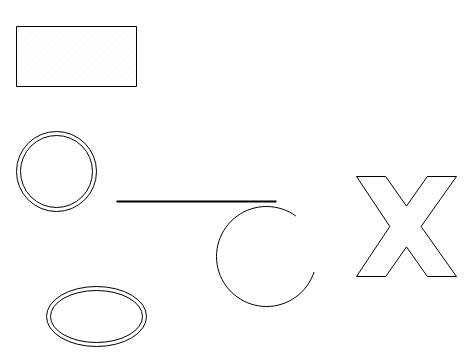
This is src/SnakeLadder/Untitled.drawio from remanx2558/LearningJavaBasics, a draw.io file, before an edit. Source tidied: cells renumbered, new cells numbered last; positions are measured from the earlier drawing's top-left corner, leaving out a move shared by most shapes. Both pictures are drawn from the tidied source at 100%, with x=0, y=0 at pixel (16, 26).
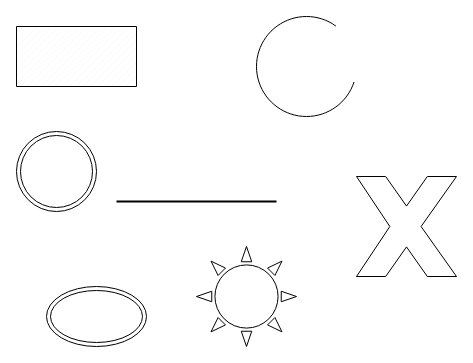
The same page after the edit.

What changed in the source:
```diff
@@
 <mxGraphModel>
   <root>
     <mxCell id="0" />
     <mxCell id="1" parent="0" />
     <mxCell id="2" style="ellipse;shape=doubleEllipse;whiteSpace=wrap;html=1;" parent="1" vertex="1">
       <mxGeometry x="30" y="260" width="100" height="60" as="geometry" />
     </mxCell>
     <mxCell id="3" style="line;strokeWidth=2;html=1;" parent="1" vertex="1">
       <mxGeometry x="100" y="170" width="160" height="10" as="geometry" />
     </mxCell>
     <mxCell id="4" style="ellipse;shape=doubleEllipse;whiteSpace=wrap;html=1;" parent="1" vertex="1">
       <mxGeometry y="105" width="80" height="80" as="geometry" />
     </mxCell>
     <mxCell id="5" style="verticalLabelPosition=bottom;verticalAlign=top;html=1;shape=mxgraph.basic.patternFillRect;fillStyle=diag;step=5;fillStrokeWidth=0.2;fillStrokeColor=#dddddd;" parent="1" vertex="1">
       <mxGeometry width="120" height="60" as="geometry" />
     </mxCell>
     <mxCell id="6" style="verticalLabelPosition=bottom;verticalAlign=top;html=1;shape=mxgraph.basic.arc;startAngle=0.3;endAngle=0.1;" parent="1" vertex="1">
-      <mxGeometry x="200" y="180" width="100" height="100" as="geometry" />
+      <mxGeometry x="240" y="-10" width="100" height="100" as="geometry" />
     </mxCell>
     <mxCell id="7" style="verticalLabelPosition=bottom;verticalAlign=top;html=1;shape=mxgraph.basic.x;" parent="1" vertex="1">
       <mxGeometry x="340" y="150" width="100" height="100" as="geometry" />
     </mxCell>
+    <mxCell id="8" style="verticalLabelPosition=bottom;verticalAlign=top;html=1;shape=mxgraph.basic.sun;" parent="1" vertex="1">
+      <mxGeometry x="180" y="220" width="100" height="100" as="geometry" />
+    </mxCell>
   </root>
 </mxGraphModel>
```
